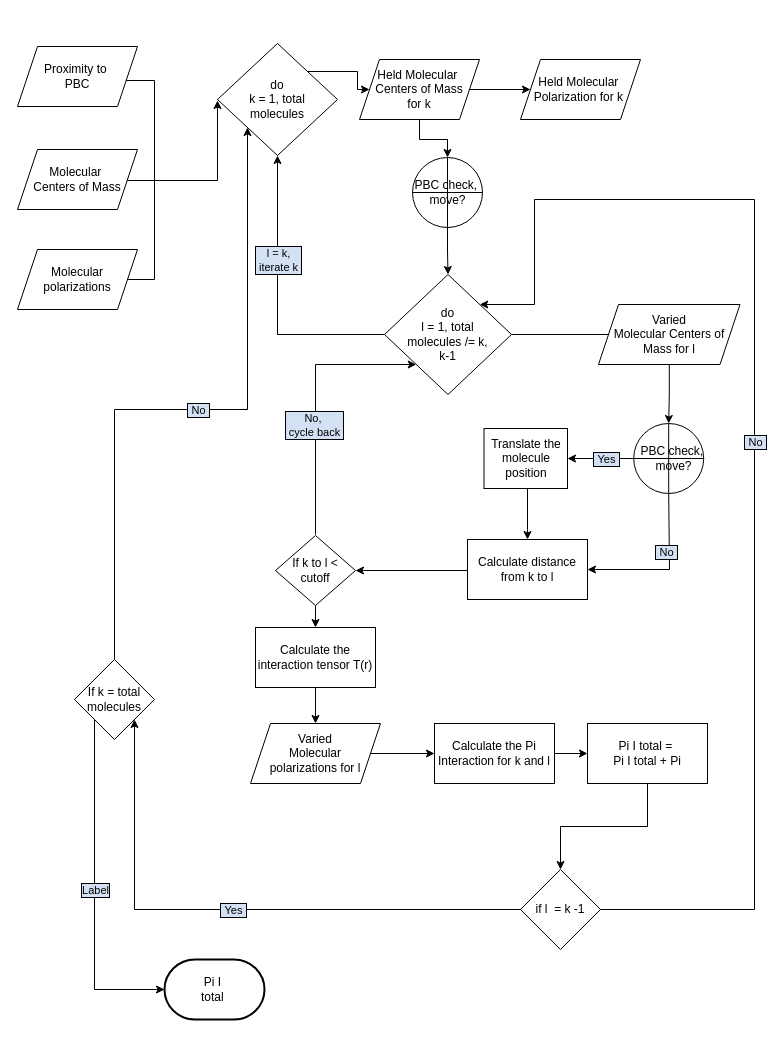
CatherineMoulder/Fortran keeps this draw.io diagram as page "Pi I" (4 of 4) of Untitled Diagram.drawio. Above is the earlier version. Source tidied: cells renumbered, new cells numbered last; positions are measured from the earlier drawing's top-left corner, leaving out a move shared by most shapes. Both pictures are drawn from the tidied source at 100%, with x=0, y=0 at pixel (17, 43).
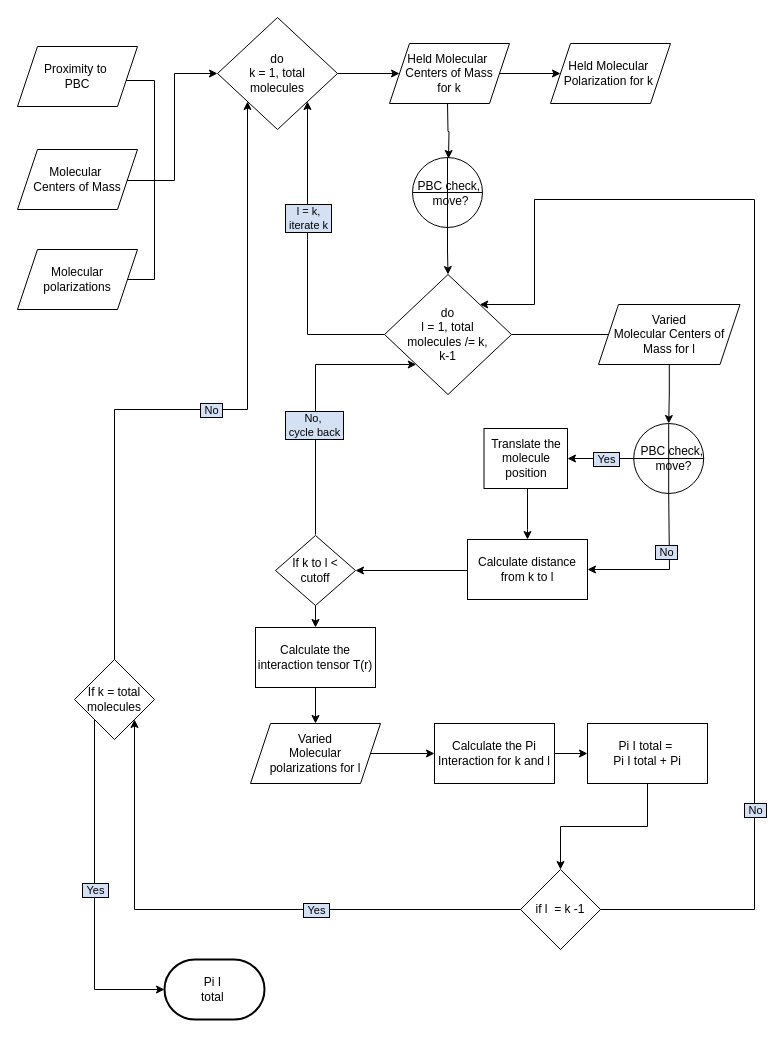
The same diagram, later.

Unchanged cells that the change refers to:
```xml
<mxCell id="6" value="do&lt;br&gt;l = 1, total&lt;br&gt;molecules /= k,&lt;br&gt;k-1" style="rhombus;whiteSpace=wrap;html=1;" parent="1" vertex="1">
  <mxGeometry x="367" y="231" width="127" height="120" as="geometry" />
</mxCell>
<mxCell id="46" style="endArrow=classic;html=1;rounded=0;labelBorderColor=default;exitX=1;exitY=0.5;exitDx=0;exitDy=0;entryX=1;entryY=0;entryDx=0;entryDy=0;" parent="1" edge="1" source="45" target="6">
  <mxGeometry relative="1" as="geometry">
    <Array as="points">
      <mxPoint x="737" y="866" />
      <mxPoint x="737" y="156" />
      <mxPoint x="517" y="156" />
      <mxPoint x="517" y="261" />
    </Array>
  </mxGeometry>
</mxCell>
<mxCell id="51" style="endArrow=classic;html=1;rounded=0;labelBorderColor=default;exitX=0;exitY=0.5;exitDx=0;exitDy=0;entryX=1;entryY=1;entryDx=0;entryDy=0;" parent="1" edge="1" source="45" target="48">
  <mxGeometry relative="1" as="geometry">
    <Array as="points">
      <mxPoint x="117" y="866" />
    </Array>
  </mxGeometry>
</mxCell>
<mxCell id="53" style="endArrow=classic;html=1;rounded=0;labelBorderColor=default;exitX=0;exitY=1;exitDx=0;exitDy=0;entryX=0;entryY=0.5;entryDx=0;entryDy=0;entryPerimeter=0;" parent="1" edge="1" source="48" target="55">
  <mxGeometry relative="1" as="geometry">
    <Array as="points">
      <mxPoint x="77" y="946" />
    </Array>
  </mxGeometry>
</mxCell>
```

Diff of the diagram source:
```diff
@@
-    <mxCell id="3" style="edgeStyle=orthogonalEdgeStyle;rounded=0;orthogonalLoop=1;jettySize=auto;html=1;entryX=0;entryY=0.5;entryDx=0;entryDy=0;" parent="1" edge="1">
+    <mxCell id="3" style="edgeStyle=orthogonalEdgeStyle;rounded=0;jettySize=auto;html=1;entryX=0;entryY=0.5;entryDx=0;entryDy=0;" parent="1" edge="1" target="5">
       <mxGeometry relative="1" as="geometry">
-        <mxPoint x="107" y="37" as="sourcePoint" />
-        <mxPoint x="200" y="57" as="targetPoint" />
+        <mxPoint x="106.9" y="37" as="sourcePoint" />
         <Array as="points">
           <mxPoint x="137" y="37" />
           <mxPoint x="137" y="137" />
-          <mxPoint x="200" y="137" />
+          <mxPoint x="157" y="137" />
+          <mxPoint x="157" y="30" />
         </Array>
       </mxGeometry>
     </mxCell>
-    <mxCell id="4" style="edgeStyle=orthogonalEdgeStyle;rounded=0;jettySize=auto;html=1;labelBorderColor=default;exitX=1;exitY=0;exitDx=0;exitDy=0;" parent="1" edge="1" source="5" target="21">
+    <mxCell id="4" style="edgeStyle=orthogonalEdgeStyle;rounded=0;jettySize=auto;html=1;labelBorderColor=default;exitX=1;exitY=0.5;exitDx=0;exitDy=0;" parent="1" edge="1" source="5" target="21">
       <mxGeometry relative="1" as="geometry" />
     </mxCell>
     <mxCell id="5" value="do&lt;br&gt;k = 1, total&lt;br&gt;molecules" style="rhombus;whiteSpace=wrap;html=1;" parent="1" vertex="1">
-      <mxGeometry x="200" width="120" height="112" as="geometry" />
+      <mxGeometry x="200" y="-26" width="120" height="112" as="geometry" />
     </mxCell>
@@
-    <mxCell id="11" style="endArrow=classic;html=1;rounded=0;entryX=0.5;entryY=1;entryDx=0;entryDy=0;exitX=0;exitY=0.5;exitDx=0;exitDy=0;" parent="1" edge="1" source="6" target="5">
+    <mxCell id="11" style="endArrow=classic;html=1;rounded=0;entryX=1;entryY=1;entryDx=0;entryDy=0;exitX=0;exitY=0.5;exitDx=0;exitDy=0;" parent="1" edge="1" source="6" target="5">
       <mxGeometry relative="1" as="geometry">
         <Array as="points">
-          <mxPoint x="260" y="291" />
-          <mxPoint x="260" y="206" />
+          <mxPoint x="290" y="291" />
+          <mxPoint x="290" y="196" />
         </Array>
       </mxGeometry>
     </mxCell>
@@
-    <mxCell id="20" style="edgeStyle=orthogonalEdgeStyle;rounded=0;jettySize=auto;html=1;labelBorderColor=default;" parent="1" edge="1" source="21" target="27">
-      <mxGeometry relative="1" as="geometry" />
+    <mxCell id="20" style="edgeStyle=orthogonalEdgeStyle;rounded=0;orthogonalLoop=1;jettySize=auto;html=1;labelBorderColor=default;entryX=0.5;entryY=0;entryDx=0;entryDy=0;" parent="1" edge="1">
+      <mxGeometry relative="1" as="geometry">
+        <mxPoint x="430" y="60" as="sourcePoint" />
+        <mxPoint x="431" y="115" as="targetPoint" />
+      </mxGeometry>
     </mxCell>
     <mxCell id="21" value="Held Molecular&amp;nbsp;&lt;br&gt;Centers of Mass &lt;br&gt;for k" style="shape=parallelogram;perimeter=parallelogramPerimeter;whiteSpace=wrap;html=1;fixedSize=1;labelBackgroundColor=none;labelBorderColor=none;" parent="1" vertex="1">
-      <mxGeometry x="342" y="16" width="120" height="60" as="geometry" />
+      <mxGeometry x="372" width="120" height="60" as="geometry" />
     </mxCell>
     <mxCell id="22" value="Held Molecular&amp;nbsp;&lt;br&gt;Polarization for k&amp;nbsp;" style="shape=parallelogram;perimeter=parallelogramPerimeter;whiteSpace=wrap;html=1;fixedSize=1;labelBackgroundColor=none;labelBorderColor=none;" parent="1" vertex="1">
-      <mxGeometry x="503" y="16" width="120" height="60" as="geometry" />
+      <mxGeometry x="533" width="120" height="60" as="geometry" />
     </mxCell>
@@
     <mxCell id="27" value="PBC check,&amp;nbsp;&lt;br&gt;move?" style="text;html=1;strokeColor=none;fillColor=none;align=center;verticalAlign=middle;whiteSpace=wrap;rounded=0;labelBackgroundColor=none;labelBorderColor=none;" parent="1" vertex="1">
-      <mxGeometry x="393.5" y="114" width="73" height="70" as="geometry" />
+      <mxGeometry x="396.5" y="115" width="73" height="70" as="geometry" />
     </mxCell>
@@
     <mxCell id="47" value="&amp;nbsp;No&amp;nbsp;" style="edgeLabel;html=1;align=center;verticalAlign=middle;labelBackgroundColor=#D4E1F5;labelBorderColor=default;" parent="46" vertex="1">
-      <mxGeometry relative="1" as="geometry" />
+      <mxGeometry relative="1" as="geometry">
+        <mxPoint y="368" as="offset" />
+      </mxGeometry>
     </mxCell>
@@
     <mxCell id="52" value="&amp;nbsp;Yes&amp;nbsp;" style="edgeLabel;html=1;align=center;verticalAlign=middle;labelBackgroundColor=#D4E1F5;labelBorderColor=default;" parent="51" vertex="1">
-      <mxGeometry relative="1" as="geometry" />
+      <mxGeometry relative="1" as="geometry">
+        <mxPoint x="83" as="offset" />
+      </mxGeometry>
     </mxCell>
@@
-    <mxCell id="54" value="Label" style="edgeLabel;html=1;align=center;verticalAlign=middle;labelBackgroundColor=#D4E1F5;labelBorderColor=default;" parent="53" vertex="1">
+    <mxCell id="54" value="&amp;nbsp;Yes&amp;nbsp;" style="edgeLabel;html=1;align=center;verticalAlign=middle;labelBackgroundColor=#D4E1F5;labelBorderColor=default;" parent="53" vertex="1">
       <mxGeometry relative="1" as="geometry" />
     </mxCell>
```
